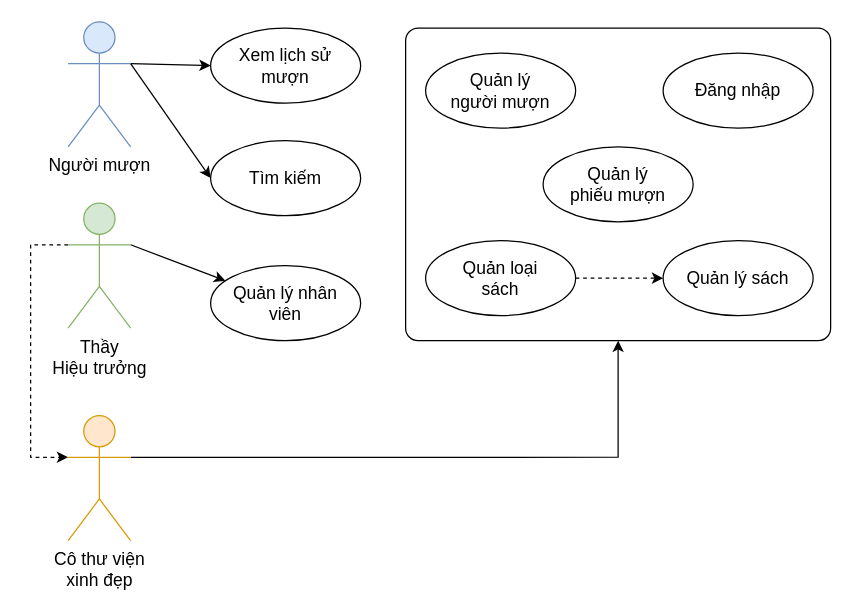
The draw.io diagram page "Chức năng tổng quan" (1 of 3) of Untitled Diagram.drawio in Ho-Nguyen-Quoc/Du_An_1, before the edit. Source tidied: cells renumbered, new cells numbered last; positions are measured from the earlier drawing's top-left corner, leaving out a move shared by most shapes. Both pictures are drawn from the tidied source at 125%, with x=0, y=0 at pixel (30, 21).
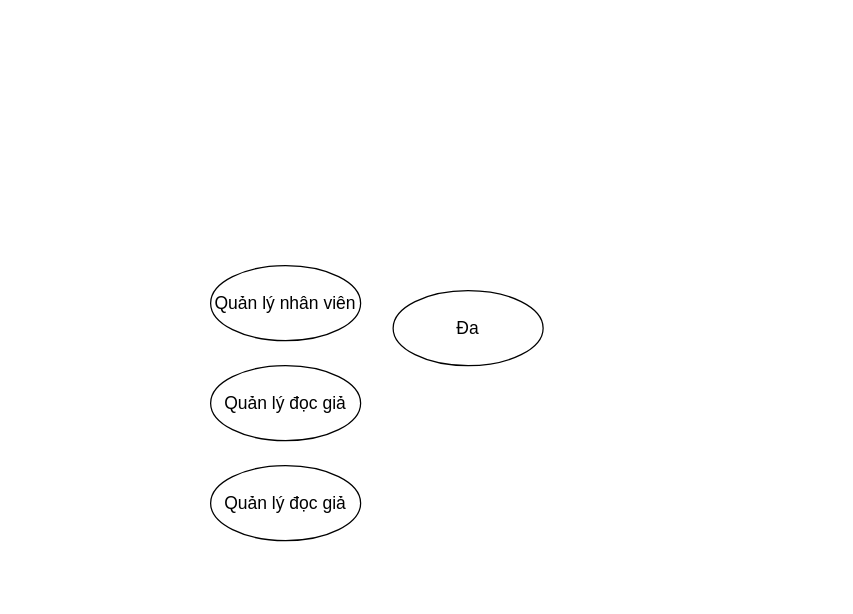
The same diagram, later.

Change to the diagram source:
```diff
@@
-    <mxCell id="2" style="rounded=1;whiteSpace=wrap;html=1;labelBackgroundColor=default;fontSize=14;fontColor=default;strokeColor=default;fillColor=default;arcSize=4;" parent="1" vertex="1">
-      <mxGeometry x="300" y="5" width="340" height="250" as="geometry" />
-    </mxCell>
-    <mxCell id="3" style="rounded=0;jettySize=auto;html=1;entryX=0;entryY=0.5;entryDx=0;entryDy=0;fontSize=14;fontColor=default;dashed=1;strokeColor=default;labelBackgroundColor=default;spacing=18;fillColor=default;" parent="1" edge="1" source="4" target="5">
-      <mxGeometry relative="1" as="geometry" />
-    </mxCell>
-    <mxCell id="4" value="&lt;font style=&quot;font-size: 14px&quot;&gt;Quản loại sách&lt;br&gt;&lt;/font&gt;" style="ellipse;whiteSpace=wrap;html=1;fillColor=default;strokeColor=default;fontColor=default;labelBackgroundColor=default;spacing=18;" parent="1" vertex="1">
-      <mxGeometry x="316" y="175" width="120" height="60" as="geometry" />
-    </mxCell>
-    <mxCell id="5" value="&lt;font style=&quot;font-size: 14px&quot;&gt;Quản lý sách&lt;br&gt;&lt;/font&gt;" style="ellipse;whiteSpace=wrap;html=1;fillColor=default;strokeColor=default;fontColor=default;labelBackgroundColor=default;spacing=18;" parent="1" vertex="1">
-      <mxGeometry x="506" y="175" width="120" height="60" as="geometry" />
-    </mxCell>
-    <mxCell id="6" value="&lt;font style=&quot;font-size: 14px&quot;&gt;Quản lý người mượn&lt;br&gt;&lt;/font&gt;" style="ellipse;whiteSpace=wrap;html=1;fillColor=default;strokeColor=default;fontColor=default;labelBackgroundColor=default;spacing=18;" parent="1" vertex="1">
-      <mxGeometry x="316" y="25" width="120" height="60" as="geometry" />
-    </mxCell>
-    <mxCell id="7" value="&lt;font style=&quot;font-size: 14px&quot;&gt;Quản lý phiếu mượn&lt;br&gt;&lt;/font&gt;" style="ellipse;whiteSpace=wrap;html=1;fillColor=default;strokeColor=default;fontColor=default;labelBackgroundColor=default;spacing=18;" parent="1" vertex="1">
-      <mxGeometry x="410" y="100" width="120" height="60" as="geometry" />
-    </mxCell>
-    <mxCell id="8" value="&lt;font style=&quot;font-size: 14px&quot;&gt;Quản lý nhân viên&lt;br&gt;&lt;/font&gt;" style="ellipse;whiteSpace=wrap;html=1;fillColor=default;strokeColor=default;fontColor=default;labelBackgroundColor=default;spacing=18;" parent="1" vertex="1">
+    <mxCell id="8" value="&lt;span style=&quot;font-size: 14px;&quot;&gt;Quản lý nhân viên&lt;/span&gt;" style="ellipse;whiteSpace=wrap;html=1;fontSize=14;" parent="1" vertex="1">
       <mxGeometry x="144" y="195" width="120" height="60" as="geometry" />
     </mxCell>
-    <mxCell id="9" value="&lt;font style=&quot;font-size: 14px&quot;&gt;Đăng nhập&lt;br&gt;&lt;/font&gt;" style="ellipse;whiteSpace=wrap;html=1;fillColor=default;strokeColor=default;fontColor=default;labelBackgroundColor=default;spacing=18;" parent="1" vertex="1">
-      <mxGeometry x="506" y="25" width="120" height="60" as="geometry" />
-    </mxCell>
-    <mxCell id="10" style="edgeStyle=none;rounded=0;jettySize=auto;html=1;exitX=1;exitY=0.3333333333333333;exitDx=0;exitDy=0;exitPerimeter=0;labelBackgroundColor=default;fontSize=14;fontColor=default;strokeColor=default;fillColor=default;" parent="1" edge="1" source="12" target="8">
-      <mxGeometry relative="1" as="geometry" />
-    </mxCell>
-    <mxCell id="11" style="edgeStyle=orthogonalEdgeStyle;rounded=0;jettySize=auto;html=1;entryX=0;entryY=0.3333333333333333;entryDx=0;entryDy=0;entryPerimeter=0;labelBackgroundColor=default;fontSize=14;fontColor=default;strokeColor=default;fillColor=default;exitX=0;exitY=0.3333333333333333;exitDx=0;exitDy=0;exitPerimeter=0;dashed=1;" parent="1" edge="1" source="12" target="14">
-      <mxGeometry relative="1" as="geometry">
-        <Array as="points">
-          <mxPoint y="178" />
-          <mxPoint y="348" />
-        </Array>
-      </mxGeometry>
-    </mxCell>
-    <mxCell id="12" value="Thầy&lt;br&gt;Hiệu trưởng" style="shape=umlActor;verticalLabelPosition=bottom;verticalAlign=top;html=1;outlineConnect=0;labelBackgroundColor=default;fontSize=14;strokeColor=#82b366;fillColor=#d5e8d4;fontColor=default;" parent="1" vertex="1">
-      <mxGeometry x="30" y="145" width="50" height="100" as="geometry" />
-    </mxCell>
-    <mxCell id="13" style="edgeStyle=orthogonalEdgeStyle;rounded=0;jettySize=auto;html=1;exitX=1;exitY=0.3333333333333333;exitDx=0;exitDy=0;exitPerimeter=0;entryX=0.5;entryY=1;entryDx=0;entryDy=0;labelBackgroundColor=default;fontSize=14;fontColor=default;strokeColor=default;fillColor=default;" parent="1" edge="1" source="14" target="2">
-      <mxGeometry relative="1" as="geometry" />
-    </mxCell>
-    <mxCell id="14" value="Cô thư viện&lt;br&gt;xinh đẹp" style="shape=umlActor;verticalLabelPosition=bottom;verticalAlign=top;html=1;outlineConnect=0;labelBackgroundColor=default;fontSize=14;strokeColor=#d79b00;fillColor=#ffe6cc;fontColor=default;" parent="1" vertex="1">
-      <mxGeometry x="30" y="315" width="50" height="100" as="geometry" />
-    </mxCell>
-    <mxCell id="15" style="edgeStyle=none;rounded=0;jettySize=auto;html=1;exitX=1;exitY=0.3333333333333333;exitDx=0;exitDy=0;exitPerimeter=0;entryX=0;entryY=0.5;entryDx=0;entryDy=0;labelBackgroundColor=default;fontSize=14;fontColor=default;strokeColor=default;fillColor=default;" parent="1" edge="1" source="17" target="19">
-      <mxGeometry relative="1" as="geometry" />
-    </mxCell>
-    <mxCell id="16" style="edgeStyle=none;rounded=0;jettySize=auto;html=1;exitX=1;exitY=0.3333333333333333;exitDx=0;exitDy=0;exitPerimeter=0;entryX=0;entryY=0.5;entryDx=0;entryDy=0;labelBackgroundColor=default;fontSize=14;fontColor=default;strokeColor=default;fillColor=default;" parent="1" edge="1" source="17" target="18">
-      <mxGeometry relative="1" as="geometry" />
-    </mxCell>
-    <mxCell id="17" value="Người mượn" style="shape=umlActor;verticalLabelPosition=bottom;verticalAlign=top;html=1;outlineConnect=0;labelBackgroundColor=default;fontSize=14;strokeColor=#6c8ebf;fillColor=#dae8fc;fontColor=default;" parent="1" vertex="1">
-      <mxGeometry x="30" width="50" height="100" as="geometry" />
-    </mxCell>
-    <mxCell id="18" value="&lt;font style=&quot;font-size: 14px&quot;&gt;Tìm kiếm&lt;br&gt;&lt;/font&gt;" style="ellipse;whiteSpace=wrap;html=1;fillColor=default;strokeColor=default;fontColor=default;labelBackgroundColor=default;spacing=18;" parent="1" vertex="1">
-      <mxGeometry x="144" y="95" width="120" height="60" as="geometry" />
-    </mxCell>
-    <mxCell id="19" value="&lt;font style=&quot;font-size: 14px&quot;&gt;Xem lịch sử mượn&lt;br&gt;&lt;/font&gt;" style="ellipse;whiteSpace=wrap;html=1;fillColor=default;strokeColor=default;fontColor=default;labelBackgroundColor=default;spacing=18;" parent="1" vertex="1">
-      <mxGeometry x="144" y="5" width="120" height="60" as="geometry" />
-    </mxCell>
+    <mxCell id="20" value="Quản lý đọc giả" style="ellipse;whiteSpace=wrap;html=1;fontSize=14;" parent="1" vertex="1">
+      <mxGeometry x="144" y="275" width="120" height="60" as="geometry" />
+    </mxCell>
+    <mxCell id="21" value="Quản lý đọc giả" style="ellipse;whiteSpace=wrap;html=1;fontSize=14;" parent="1" vertex="1">
+      <mxGeometry x="144" y="355" width="120" height="60" as="geometry" />
+    </mxCell>
+    <mxCell id="22" value="Đa" style="ellipse;whiteSpace=wrap;html=1;fontSize=14;" parent="1" vertex="1">
+      <mxGeometry x="290" y="215" width="120" height="60" as="geometry" />
+    </mxCell>
```
